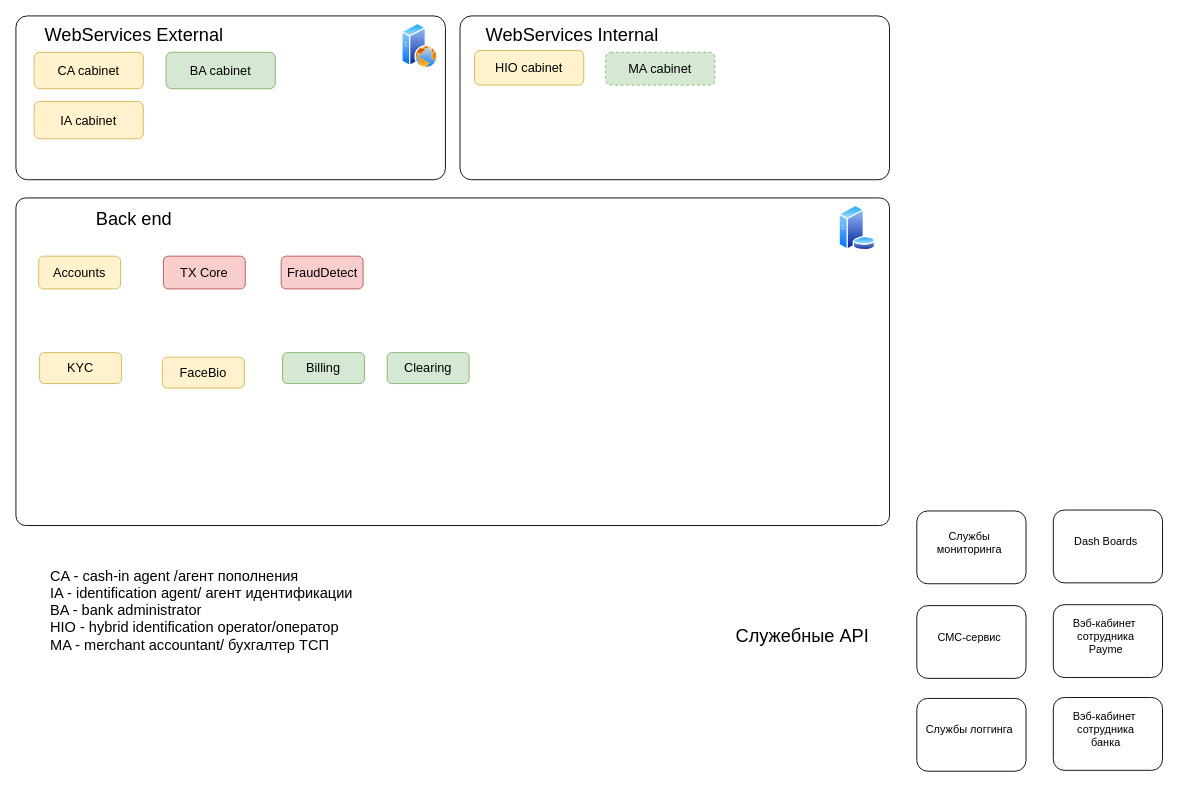
Earlier version of the draw.io diagram prc-arch.drawio (bobomurod/schemes). Source tidied: cells renumbered, new cells numbered last; positions are measured from the earlier drawing's top-left corner, leaving out a move shared by most shapes. Both pictures are drawn from the tidied source at 91%, with x=0, y=0 at pixel (15, 15).
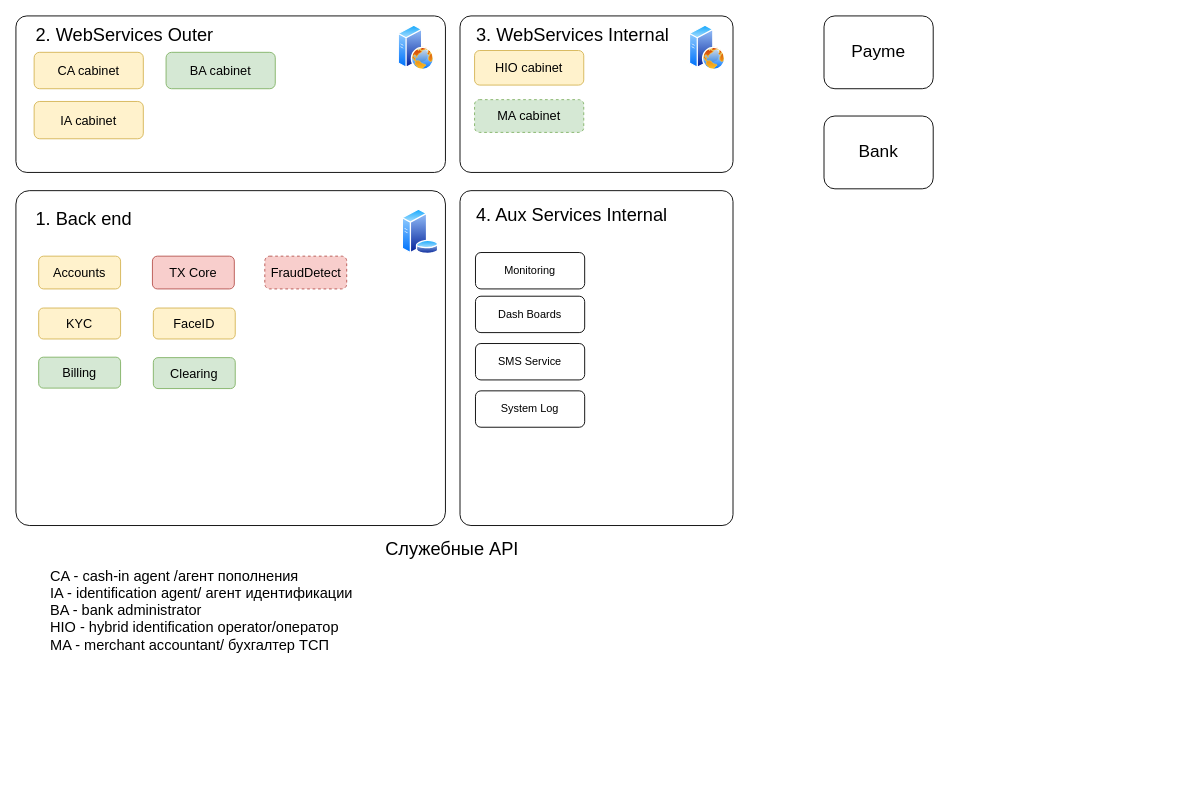
The same diagram, later.

Change to the diagram source:
```diff
@@
+    <mxCell id="37" style="rounded=1;whiteSpace=wrap;html=1;perimeterSpacing=0;arcSize=4;fillColor=none;shadow=0;" parent="1" vertex="1">
+      <mxGeometry x="488" y="192" width="300" height="368" as="geometry" />
+    </mxCell>
-    <mxCell id="2" style="rounded=1;whiteSpace=wrap;html=1;perimeterSpacing=0;arcSize=3;fillColor=none;" parent="1" vertex="1">
-      <mxGeometry y="200" width="960" height="360" as="geometry" />
+    <mxCell id="2" style="rounded=1;whiteSpace=wrap;html=1;perimeterSpacing=0;arcSize=4;fillColor=none;" parent="1" vertex="1">
+      <mxGeometry y="192" width="472" height="368" as="geometry" />
     </mxCell>
     <mxCell id="3" style="rounded=1;whiteSpace=wrap;html=1;perimeterSpacing=0;arcSize=7;fillColor=none;shadow=0;" parent="1" vertex="1">
-      <mxGeometry x="488" width="472" height="180" as="geometry" />
+      <mxGeometry x="488" width="300" height="172" as="geometry" />
     </mxCell>
     <mxCell id="4" style="rounded=1;whiteSpace=wrap;html=1;perimeterSpacing=0;arcSize=7;fillColor=none;shadow=0;" parent="1" vertex="1">
-      <mxGeometry width="472" height="180" as="geometry" />
+      <mxGeometry width="472" height="172" as="geometry" />
     </mxCell>
@@
     <mxCell id="6" value="&lt;span style=&quot;font-size: 14px ; white-space: normal&quot;&gt;TX Core&lt;/span&gt;" style="rounded=1;whiteSpace=wrap;html=1;fillColor=#f8cecc;strokeColor=#b85450;" parent="1" vertex="1">
-      <mxGeometry x="162" y="264" width="90" height="36" as="geometry" />
+      <mxGeometry x="150" y="264" width="90" height="36" as="geometry" />
     </mxCell>
-    <mxCell id="7" value="WebServices External" style="text;html=1;strokeColor=none;fillColor=none;align=center;verticalAlign=middle;whiteSpace=wrap;rounded=0;fontSize=20;" parent="1" vertex="1">
+    <mxCell id="7" value="2. WebServices Outer" style="text;html=1;strokeColor=none;fillColor=none;align=left;verticalAlign=middle;whiteSpace=wrap;rounded=0;fontSize=20;" parent="1" vertex="1">
       <mxGeometry x="20" y="10" width="220" height="20" as="geometry" />
     </mxCell>
-    <mxCell id="8" value="WebServices Internal" style="text;html=1;strokeColor=none;fillColor=none;align=center;verticalAlign=middle;whiteSpace=wrap;rounded=0;fontSize=20;" parent="1" vertex="1">
+    <mxCell id="8" value="3. WebServices Internal" style="text;html=1;strokeColor=none;fillColor=none;align=left;verticalAlign=middle;whiteSpace=wrap;rounded=0;fontSize=20;" parent="1" vertex="1">
       <mxGeometry x="504" y="10" width="215" height="20" as="geometry" />
     </mxCell>
@@
     <mxCell id="13" value="&lt;span style=&quot;white-space: normal; font-size: 14px;&quot;&gt;MA cabinet&lt;/span&gt;" style="rounded=1;whiteSpace=wrap;html=1;fillColor=#d5e8d4;strokeColor=#82b366;dashed=1;fontSize=14;" parent="1" vertex="1">
-      <mxGeometry x="648" y="40" width="120" height="36" as="geometry" />
+      <mxGeometry x="504" y="92" width="120" height="36" as="geometry" />
     </mxCell>
-    <mxCell id="14" style="rounded=1;whiteSpace=wrap;html=1;" parent="1" vertex="1">
-      <mxGeometry x="990" y="648" width="120" height="80" as="geometry" />
-    </mxCell>
-    <mxCell id="15" value="СМС-сервис" style="text;html=1;strokeColor=none;fillColor=none;align=center;verticalAlign=middle;whiteSpace=wrap;rounded=0;" parent="1" vertex="1">
-      <mxGeometry x="998" y="668" width="100" height="30" as="geometry" />
-    </mxCell>
     <mxCell id="16" value="Служебные API" style="text;html=1;strokeColor=none;fillColor=none;align=center;verticalAlign=middle;whiteSpace=wrap;rounded=0;fontSize=20;" parent="1" vertex="1">
-      <mxGeometry x="756.5" y="670" width="215" height="20" as="geometry" />
+      <mxGeometry x="372" y="566" width="215" height="37" as="geometry" />
     </mxCell>
-    <mxCell id="17" style="rounded=1;whiteSpace=wrap;html=1;" parent="1" vertex="1">
-      <mxGeometry x="990" y="750" width="120" height="80" as="geometry" />
-    </mxCell>
-    <mxCell id="18" value="Службы логгинга" style="text;html=1;strokeColor=none;fillColor=none;align=center;verticalAlign=middle;whiteSpace=wrap;rounded=0;" parent="1" vertex="1">
-      <mxGeometry x="998" y="770" width="100" height="30" as="geometry" />
-    </mxCell>
-    <mxCell id="19" style="rounded=1;whiteSpace=wrap;html=1;" parent="1" vertex="1">
-      <mxGeometry x="990" y="544" width="120" height="80" as="geometry" />
+    <mxCell id="19" value="Monitoring" style="rounded=1;whiteSpace=wrap;html=1;" parent="1" vertex="1">
+      <mxGeometry x="505" y="260" width="120" height="40" as="geometry" />
     </mxCell>
-    <mxCell id="20" value="Службы мониторинга" style="text;html=1;strokeColor=none;fillColor=none;align=center;verticalAlign=middle;whiteSpace=wrap;rounded=0;" parent="1" vertex="1">
-      <mxGeometry x="998" y="564" width="100" height="30" as="geometry" />
-    </mxCell>
-    <mxCell id="21" style="rounded=1;whiteSpace=wrap;html=1;" parent="1" vertex="1">
-      <mxGeometry x="1140" y="647" width="120" height="80" as="geometry" />
-    </mxCell>
-    <mxCell id="22" value="Вэб-кабинет&amp;nbsp; сотрудника Payme" style="text;html=1;strokeColor=none;fillColor=none;align=center;verticalAlign=middle;whiteSpace=wrap;rounded=0;" parent="1" vertex="1">
-      <mxGeometry x="1148" y="667" width="100" height="30" as="geometry" />
-    </mxCell>
-    <mxCell id="23" style="rounded=1;whiteSpace=wrap;html=1;" parent="1" vertex="1">
-      <mxGeometry x="1140" y="749" width="120" height="80" as="geometry" />
-    </mxCell>
-    <mxCell id="24" value="Вэб-кабинет&amp;nbsp; сотрудника банка" style="text;html=1;strokeColor=none;fillColor=none;align=center;verticalAlign=middle;whiteSpace=wrap;rounded=0;" parent="1" vertex="1">
-      <mxGeometry x="1148" y="769" width="100" height="30" as="geometry" />
-    </mxCell>
-    <mxCell id="25" style="rounded=1;whiteSpace=wrap;html=1;" parent="1" vertex="1">
-      <mxGeometry x="1140" y="543" width="120" height="80" as="geometry" />
-    </mxCell>
-    <mxCell id="26" value="Dash Boards" style="text;html=1;strokeColor=none;fillColor=none;align=center;verticalAlign=middle;whiteSpace=wrap;rounded=0;" parent="1" vertex="1">
-      <mxGeometry x="1148" y="563" width="100" height="30" as="geometry" />
+    <mxCell id="26" value="Dash Boards" style="rounded=1;whiteSpace=wrap;html=1;" parent="1" vertex="1">
+      <mxGeometry x="505" y="308" width="120" height="40" as="geometry" />
     </mxCell>
     <mxCell id="27" value="&lt;span style=&quot;font-size: 14px ; white-space: normal&quot;&gt;KYC&lt;/span&gt;" style="rounded=1;whiteSpace=wrap;html=1;fillColor=#fff2cc;strokeColor=#d6b656;" parent="1" vertex="1">
-      <mxGeometry x="26" y="370" width="90" height="34" as="geometry" />
+      <mxGeometry x="25" y="321" width="90" height="34" as="geometry" />
     </mxCell>
     <mxCell id="28" value="&lt;span style=&quot;font-size: 14px ; white-space: normal&quot;&gt;Billing&lt;/span&gt;" style="rounded=1;whiteSpace=wrap;html=1;fillColor=#d5e8d4;strokeColor=#82b366;" parent="1" vertex="1">
-      <mxGeometry x="293" y="370" width="90" height="34" as="geometry" />
+      <mxGeometry x="25" y="375" width="90" height="34" as="geometry" />
     </mxCell>
-    <mxCell id="29" value="&lt;span style=&quot;font-size: 14px ; white-space: normal&quot;&gt;FaceBio&lt;/span&gt;" style="rounded=1;whiteSpace=wrap;html=1;fillColor=#fff2cc;strokeColor=#d6b656;" parent="1" vertex="1">
-      <mxGeometry x="161" y="375" width="90" height="34" as="geometry" />
+    <mxCell id="29" value="&lt;span style=&quot;font-size: 14px ; white-space: normal&quot;&gt;FaceID&lt;/span&gt;" style="rounded=1;whiteSpace=wrap;html=1;fillColor=#fff2cc;strokeColor=#d6b656;" parent="1" vertex="1">
+      <mxGeometry x="151" y="321" width="90" height="34" as="geometry" />
     </mxCell>
@@
-    <mxCell id="31" value="Back end" style="text;html=1;strokeColor=none;fillColor=none;align=center;verticalAlign=middle;whiteSpace=wrap;rounded=0;fontSize=20;" parent="1" vertex="1">
+    <mxCell id="31" value="1. Back end" style="text;html=1;strokeColor=none;fillColor=none;align=left;verticalAlign=middle;whiteSpace=wrap;rounded=0;fontSize=20;" parent="1" vertex="1">
       <mxGeometry x="20" y="212" width="220" height="20" as="geometry" />
     </mxCell>
     <mxCell id="32" style="group;" parent="1" vertex="1">
-      <mxGeometry x="408" y="370" width="90" height="34" as="geometry" />
+      <mxGeometry x="151" y="375.5" width="90" height="34" as="geometry" />
     </mxCell>
@@
     <mxCell id="34" style="perimeter=ellipsePerimeter;html=1;align=center;shadow=0;dashed=0;spacingTop=3;image;image=img/lib/active_directory/web_server.svg;fillColor=none;fontSize=14;" parent="1" vertex="1">
-      <mxGeometry x="424" y="8" width="40" height="50" as="geometry" />
+      <mxGeometry x="740" y="10" width="40" height="50" as="geometry" />
     </mxCell>
     <mxCell id="35" style="perimeter=ellipsePerimeter;html=1;align=center;shadow=0;dashed=0;spacingTop=3;image;image=img/lib/active_directory/database_server.svg;fillColor=none;fontSize=14;" parent="1" vertex="1">
-      <mxGeometry x="904" y="208" width="41" height="50" as="geometry" />
+      <mxGeometry x="424" y="212" width="41" height="50" as="geometry" />
     </mxCell>
-    <mxCell id="36" value="&lt;span style=&quot;font-size: 14px ; white-space: normal&quot;&gt;FraudDetect&lt;/span&gt;" style="rounded=1;whiteSpace=wrap;html=1;fillColor=#f8cecc;strokeColor=#b85450;" parent="1" vertex="1">
-      <mxGeometry x="291.5" y="264" width="90" height="36" as="geometry" />
+    <mxCell id="36" value="&lt;span style=&quot;font-size: 14px ; white-space: normal&quot;&gt;FraudDetect&lt;/span&gt;" style="rounded=1;whiteSpace=wrap;html=1;fillColor=#f8cecc;strokeColor=#b85450;dashed=1;" parent="1" vertex="1">
+      <mxGeometry x="273.5" y="264" width="90" height="36" as="geometry" />
     </mxCell>
+    <mxCell id="38" value="4. Aux Services Internal" style="text;html=1;strokeColor=none;fillColor=none;align=left;verticalAlign=middle;whiteSpace=wrap;rounded=0;fontSize=20;" parent="1" vertex="1">
+      <mxGeometry x="504" y="208" width="215" height="20" as="geometry" />
+    </mxCell>
+    <mxCell id="39" value="SMS Service" style="rounded=1;whiteSpace=wrap;html=1;" parent="1" vertex="1">
+      <mxGeometry x="505" y="360" width="120" height="40" as="geometry" />
+    </mxCell>
+    <mxCell id="40" value="System Log" style="rounded=1;whiteSpace=wrap;html=1;" parent="1" vertex="1">
+      <mxGeometry x="505" y="412" width="120" height="40" as="geometry" />
+    </mxCell>
+    <mxCell id="41" style="perimeter=ellipsePerimeter;html=1;align=center;shadow=0;dashed=0;spacingTop=3;image;image=img/lib/active_directory/web_server.svg;fillColor=none;fontSize=14;" parent="1" vertex="1">
+      <mxGeometry x="420" y="10" width="40" height="50" as="geometry" />
+    </mxCell>
+    <mxCell id="42" value="Payme" style="rounded=1;whiteSpace=wrap;html=1;fontSize=19;" parent="1" vertex="1">
+      <mxGeometry x="888" width="120" height="80" as="geometry" />
+    </mxCell>
+    <mxCell id="43" value="Bank" style="rounded=1;whiteSpace=wrap;html=1;fontSize=19;" parent="1" vertex="1">
+      <mxGeometry x="888" y="110" width="120" height="80" as="geometry" />
+    </mxCell>
```
